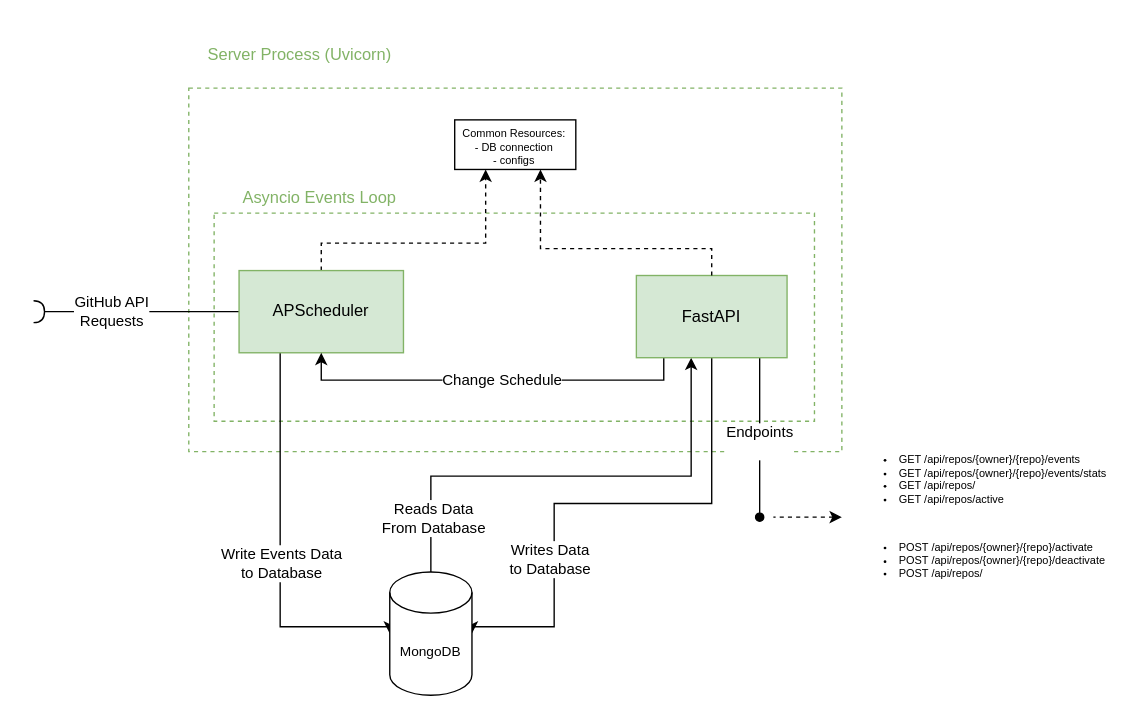
nickobard/GitHub-Events-Monitoring keeps this draw.io diagram as img/server_component.drawio. Above is the earlier version. Source tidied: cells renumbered, new cells numbered last; positions are measured from the earlier drawing's top-left corner, leaving out a move shared by most shapes. Both pictures are drawn from the tidied source at 137%, with x=0, y=0 at pixel (33, 23).
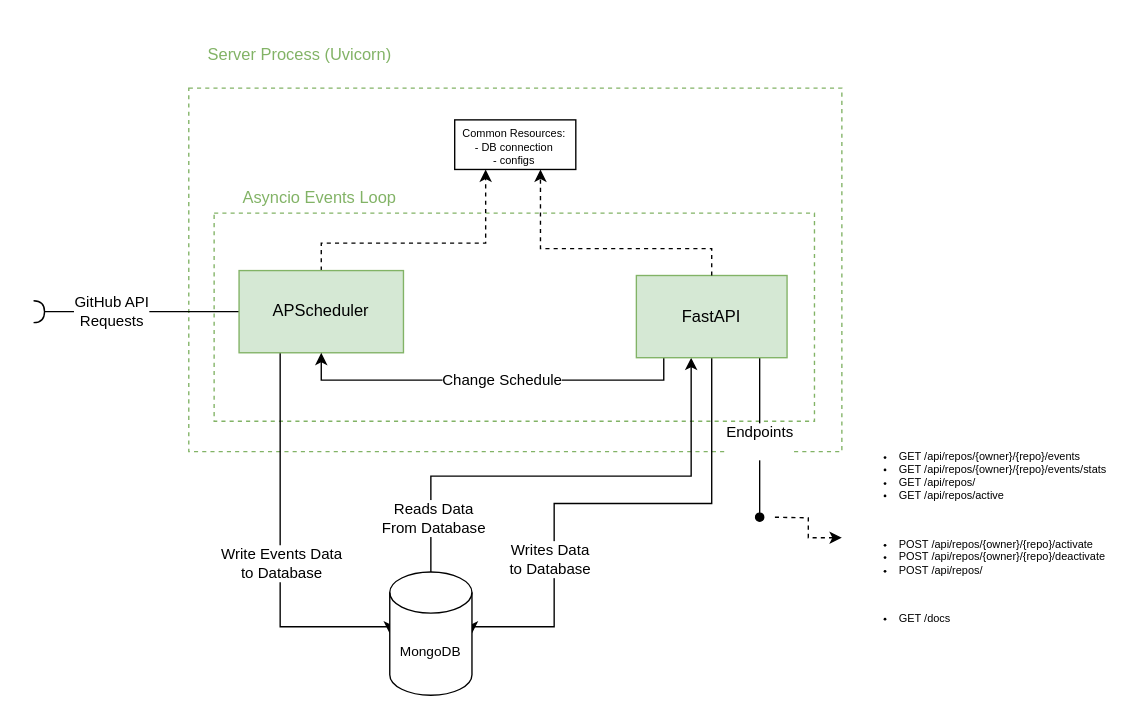
The same page after the edit.

Change to the diagram source:
```diff
@@
-    <mxCell id="26" value="&lt;ul style=&quot;font-size: 8px;&quot;&gt;&lt;li style=&quot;font-size: 8px;&quot;&gt;&lt;span style=&quot;font-size: 8px; text-align: center; text-wrap-mode: nowrap; background-color: rgb(255, 255, 255);&quot;&gt;GET /api/repos/{owner}/{repo}/events&lt;/span&gt;&lt;/li&gt;&lt;li&gt;&lt;span style=&quot;text-align: center; text-wrap-mode: nowrap; background-color: rgb(255, 255, 255);&quot;&gt;GET /api/repos/{owner}/{repo}/events/stats&lt;/span&gt;&lt;/li&gt;&lt;li style=&quot;font-size: 8px;&quot;&gt;&lt;span style=&quot;font-size: 8px; text-align: center; text-wrap-mode: nowrap; background-color: rgb(255, 255, 255);&quot;&gt;GET /api/repos/&lt;/span&gt;&lt;/li&gt;&lt;li style=&quot;font-size: 8px;&quot;&gt;GET /api/repos/active&lt;/li&gt;&lt;/ul&gt;&lt;div&gt;&lt;br&gt;&lt;/div&gt;&lt;ul style=&quot;font-size: 8px;&quot;&gt;&lt;li style=&quot;font-size: 8px;&quot;&gt;POST /api/repos/{owner}/{repo}/activate&lt;/li&gt;&lt;li&gt;POST /api/repos/{owner}/{repo}/deactivate&lt;/li&gt;&lt;li&gt;POST /api/repos/&lt;/li&gt;&lt;/ul&gt;" style="text;strokeColor=none;fillColor=none;html=1;whiteSpace=wrap;verticalAlign=middle;overflow=hidden;fontSize=8;" parent="1" vertex="1">
-      <mxGeometry x="590" y="300" width="200" height="120" as="geometry" />
+    <mxCell id="26" value="&lt;ul style=&quot;font-size: 8px;&quot;&gt;&lt;li style=&quot;font-size: 8px;&quot;&gt;&lt;span style=&quot;font-size: 8px; text-align: center; text-wrap-mode: nowrap; background-color: rgb(255, 255, 255);&quot;&gt;GET /api/repos/{owner}/{repo}/events&lt;/span&gt;&lt;/li&gt;&lt;li&gt;&lt;span style=&quot;text-align: center; text-wrap-mode: nowrap; background-color: rgb(255, 255, 255);&quot;&gt;GET /api/repos/{owner}/{repo}/events/stats&lt;/span&gt;&lt;/li&gt;&lt;li style=&quot;font-size: 8px;&quot;&gt;&lt;span style=&quot;font-size: 8px; text-align: center; text-wrap-mode: nowrap; background-color: rgb(255, 255, 255);&quot;&gt;GET /api/repos/&lt;/span&gt;&lt;/li&gt;&lt;li style=&quot;font-size: 8px;&quot;&gt;GET /api/repos/active&lt;/li&gt;&lt;/ul&gt;&lt;div&gt;&lt;br&gt;&lt;/div&gt;&lt;ul style=&quot;font-size: 8px;&quot;&gt;&lt;li style=&quot;font-size: 8px;&quot;&gt;POST /api/repos/{owner}/{repo}/activate&lt;/li&gt;&lt;li&gt;POST /api/repos/{owner}/{repo}/deactivate&lt;/li&gt;&lt;li&gt;POST /api/repos/&lt;/li&gt;&lt;/ul&gt;&lt;div&gt;&lt;br&gt;&lt;/div&gt;&lt;div&gt;&lt;ul&gt;&lt;li&gt;GET /docs&lt;/li&gt;&lt;/ul&gt;&lt;/div&gt;" style="text;strokeColor=none;fillColor=none;html=1;whiteSpace=wrap;verticalAlign=middle;overflow=hidden;fontSize=8;" parent="1" vertex="1">
+      <mxGeometry x="590" y="300" width="200" height="150" as="geometry" />
     </mxCell>
```
